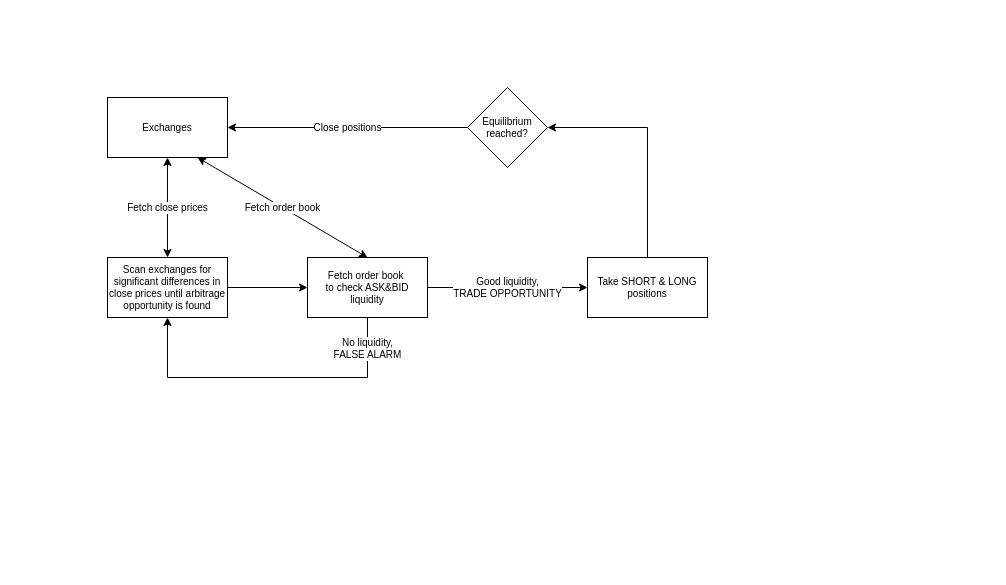
Earlier version of the draw.io diagram ArbiBot-flow-chart.drawio (PRPArbibot/ArbiBot). Source tidied: cells renumbered, new cells numbered last; positions are measured from the earlier drawing's top-left corner, leaving out a move shared by most shapes. Both pictures are drawn from the tidied source at 100%, with x=0, y=0 at pixel (107, 87).
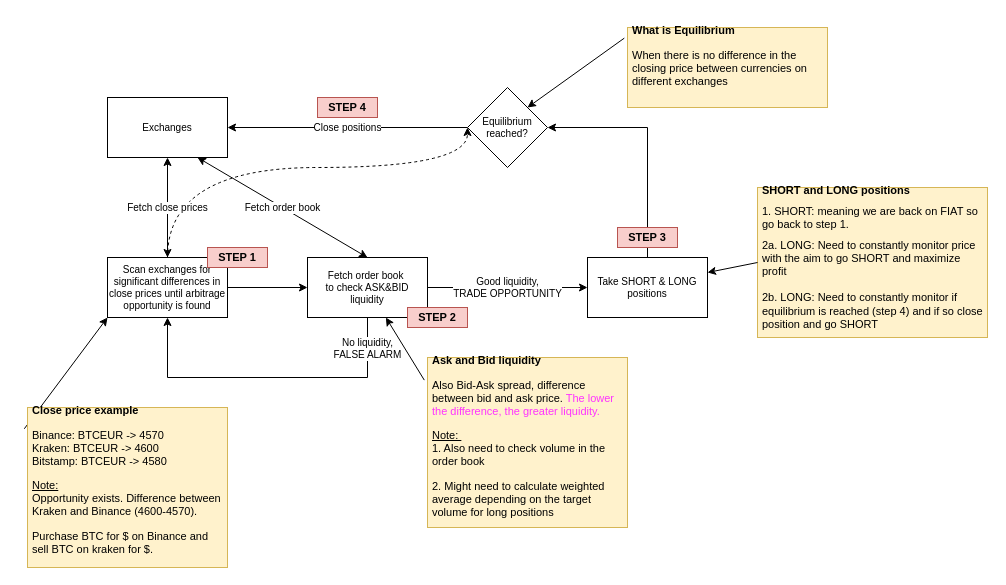
The same diagram, later.

Commit message (it also covers changes not shown here):
Steps and clarifications

Steps and clarifications

The change refers to these unchanged cells:
```xml
<mxCell id="4" value="Scan exchanges for significant differences in close prices until arbitrage opportunity is found" style="rounded=0;whiteSpace=wrap;html=1;fontSize=10;" parent="1" vertex="1">
  <mxGeometry y="170" width="120" height="60" as="geometry" />
</mxCell>
<mxCell id="6" value="Fetch order book&amp;nbsp;&lt;br style=&quot;font-size: 10px&quot;&gt;to check ASK&amp;amp;BID liquidity" style="rounded=0;whiteSpace=wrap;html=1;fontSize=10;" parent="1" vertex="1">
  <mxGeometry x="200" y="170" width="120" height="60" as="geometry" />
</mxCell>
<mxCell id="12" value="Take SHORT &amp;amp; LONG positions" style="rounded=0;whiteSpace=wrap;html=1;fontSize=10;" parent="1" vertex="1">
  <mxGeometry x="480" y="170" width="120" height="60" as="geometry" />
</mxCell>
<mxCell id="14" value="Equilibrium reached?" style="rhombus;whiteSpace=wrap;html=1;fontSize=10;" parent="1" vertex="1">
  <mxGeometry x="360" width="80" height="80" as="geometry" />
</mxCell>
```

Diff of the diagram source:
```diff
@@
+    <mxCell id="15" style="edgeStyle=orthogonalEdgeStyle;rounded=0;jettySize=auto;html=1;exitX=0.5;exitY=0;exitDx=0;exitDy=0;fontSize=11;curved=1;entryX=0;entryY=0.5;entryDx=0;entryDy=0;comic=0;dashed=1;" parent="1" edge="1" source="4" target="14">
+      <mxGeometry relative="1" as="geometry">
+        <Array as="points">
+          <mxPoint x="60" y="80" />
+          <mxPoint x="360" y="80" />
+        </Array>
+      </mxGeometry>
+    </mxCell>
@@
+    <mxCell id="16" value="&lt;h1 style=&quot;font-size: 11px&quot;&gt;&lt;font style=&quot;font-size: 11px&quot;&gt;Ask and Bid liquidity&lt;/font&gt;&lt;/h1&gt;&lt;p style=&quot;font-size: 11px&quot;&gt;Also Bid-Ask spread, difference between bid and ask price. &lt;font color=&quot;#ff33ff&quot;&gt;The lower the difference, the greater liquidity.&lt;/font&gt;&lt;/p&gt;&lt;p style=&quot;font-size: 11px&quot;&gt;&lt;u&gt;Note:&amp;nbsp;&lt;br&gt;&lt;/u&gt;&lt;span&gt;1. Also need to check volume in the order book&lt;/span&gt;&lt;/p&gt;&lt;p style=&quot;font-size: 11px&quot;&gt;&lt;span&gt;2. Might need to calculate weighted average depending on the target volume for long positions&lt;/span&gt;&lt;/p&gt;&lt;p style=&quot;font-size: 11px&quot;&gt;&lt;span&gt;&lt;br&gt;&lt;/span&gt;&lt;/p&gt;" style="text;html=1;strokeColor=#d6b656;fillColor=#fff2cc;spacing=5;spacingTop=-20;whiteSpace=wrap;overflow=hidden;rounded=0;fontSize=11;" parent="1" vertex="1">
+      <mxGeometry x="320" y="270" width="200" height="170" as="geometry" />
+    </mxCell>
+    <mxCell id="17" style="endArrow=classic;html=1;fontSize=11;exitX=-0.016;exitY=0.133;exitDx=0;exitDy=0;exitPerimeter=0;" parent="1" edge="1" source="16" target="6">
+      <mxGeometry relative="1" as="geometry" />
+    </mxCell>
+    <mxCell id="18" style="endArrow=classic;html=1;fontSize=11;exitX=-0.016;exitY=0.133;exitDx=0;exitDy=0;exitPerimeter=0;entryX=0;entryY=1;entryDx=0;entryDy=0;" parent="1" edge="1" source="19" target="4">
+      <mxGeometry relative="1" as="geometry" />
+    </mxCell>
+    <mxCell id="19" value="&lt;h1 style=&quot;font-size: 11px&quot;&gt;&lt;font style=&quot;font-size: 11px&quot;&gt;Close price example&lt;/font&gt;&lt;/h1&gt;&lt;p style=&quot;font-size: 11px&quot;&gt;Binance: BTCEUR -&amp;gt; 4570&lt;br&gt;&lt;span&gt;Kraken: BTCEUR -&amp;gt; 4600&lt;br&gt;Bitstamp: BTCEUR -&amp;gt; 4580&lt;/span&gt;&lt;/p&gt;&lt;p style=&quot;font-size: 11px&quot;&gt;&lt;u&gt;Note:&lt;br&gt;&lt;/u&gt;&lt;span&gt;Opportunity exists. Difference between Kraken and Binance (4600-4570).&amp;nbsp;&lt;/span&gt;&lt;/p&gt;&lt;p style=&quot;font-size: 11px&quot;&gt;&lt;span&gt;Purchase BTC for $ on Binance and sell BTC on kraken for $.&lt;/span&gt;&lt;/p&gt;&lt;p style=&quot;font-size: 11px&quot;&gt;&lt;br&gt;&lt;/p&gt;&lt;p style=&quot;font-size: 11px&quot;&gt;&lt;br&gt;&lt;/p&gt;" style="text;html=1;strokeColor=#d6b656;fillColor=#fff2cc;spacing=5;spacingTop=-20;whiteSpace=wrap;overflow=hidden;rounded=0;fontSize=11;" parent="1" vertex="1">
+      <mxGeometry x="-80" y="320" width="200" height="160" as="geometry" />
+    </mxCell>
+    <mxCell id="20" value="&lt;h1 style=&quot;font-size: 11px&quot;&gt;What is Equilibrium&amp;nbsp;&lt;/h1&gt;&lt;p style=&quot;font-size: 11px&quot;&gt;When there is no difference in the closing price between currencies on different exchanges&lt;/p&gt;&lt;p style=&quot;font-size: 11px&quot;&gt;&lt;span&gt;&lt;br&gt;&lt;/span&gt;&lt;/p&gt;" style="text;html=1;strokeColor=#d6b656;fillColor=#fff2cc;spacing=5;spacingTop=-20;whiteSpace=wrap;overflow=hidden;rounded=0;fontSize=11;" parent="1" vertex="1">
+      <mxGeometry x="520" y="-60" width="200" height="80" as="geometry" />
+    </mxCell>
+    <mxCell id="21" style="endArrow=classic;html=1;fontSize=11;exitX=-0.016;exitY=0.133;exitDx=0;exitDy=0;exitPerimeter=0;entryX=1;entryY=0;entryDx=0;entryDy=0;" parent="1" edge="1" source="20" target="14">
+      <mxGeometry relative="1" as="geometry" />
+    </mxCell>
+    <mxCell id="22" value="&lt;h1 style=&quot;font-size: 11px&quot;&gt;&lt;span&gt;SHORT and LONG positions&lt;/span&gt;&lt;/h1&gt;&lt;h1 style=&quot;font-size: 11px&quot;&gt;&lt;span style=&quot;font-weight: 400&quot;&gt;1. SHORT: meaning we are back on FIAT so go back to step 1.&lt;/span&gt;&lt;/h1&gt;&lt;div&gt;&lt;span style=&quot;font-weight: 400&quot;&gt;2a. LONG: Need to constantly monitor price with the aim to go SHORT and maximize profit&amp;nbsp;&lt;/span&gt;&lt;/div&gt;&lt;div&gt;&lt;span style=&quot;font-weight: 400&quot;&gt;&lt;br&gt;&lt;/span&gt;&lt;/div&gt;&lt;div&gt;2b. LONG: Need to constantly monitor if equilibrium is reached (step 4) and if so close position and go SHORT&lt;span style=&quot;font-weight: 400&quot;&gt;&lt;br&gt;&lt;/span&gt;&lt;/div&gt;&lt;p style=&quot;font-size: 11px&quot;&gt;&lt;span&gt;&lt;br&gt;&lt;/span&gt;&lt;/p&gt;" style="text;html=1;strokeColor=#d6b656;fillColor=#fff2cc;spacing=5;spacingTop=-20;whiteSpace=wrap;overflow=hidden;rounded=0;fontSize=11;" parent="1" vertex="1">
+      <mxGeometry x="650" y="100" width="230" height="150" as="geometry" />
+    </mxCell>
+    <mxCell id="23" style="endArrow=classic;html=1;fontSize=11;exitX=0;exitY=0.5;exitDx=0;exitDy=0;entryX=1;entryY=0.25;entryDx=0;entryDy=0;" parent="1" edge="1" source="22" target="12">
+      <mxGeometry relative="1" as="geometry" />
+    </mxCell>
+    <mxCell id="24" value="STEP 1" style="text;html=1;strokeColor=#b85450;fillColor=#f8cecc;align=center;verticalAlign=middle;whiteSpace=wrap;rounded=0;fontSize=11;fontStyle=1;" parent="1" vertex="1">
+      <mxGeometry x="100" y="160" width="60" height="20" as="geometry" />
+    </mxCell>
+    <mxCell id="25" value="STEP 2" style="text;html=1;strokeColor=#b85450;fillColor=#f8cecc;align=center;verticalAlign=middle;whiteSpace=wrap;rounded=0;fontSize=11;fontStyle=1;" parent="1" vertex="1">
+      <mxGeometry x="300" y="220" width="60" height="20" as="geometry" />
+    </mxCell>
+    <mxCell id="26" value="STEP 3" style="text;html=1;strokeColor=#b85450;fillColor=#f8cecc;align=center;verticalAlign=middle;whiteSpace=wrap;rounded=0;fontSize=11;fontStyle=1;" parent="1" vertex="1">
+      <mxGeometry x="510" y="140" width="60" height="20" as="geometry" />
+    </mxCell>
+    <mxCell id="27" value="STEP 4" style="text;html=1;strokeColor=#b85450;fillColor=#f8cecc;align=center;verticalAlign=middle;whiteSpace=wrap;rounded=0;fontSize=11;fontStyle=1;" parent="1" vertex="1">
+      <mxGeometry x="210" y="10" width="60" height="20" as="geometry" />
+    </mxCell>
```
